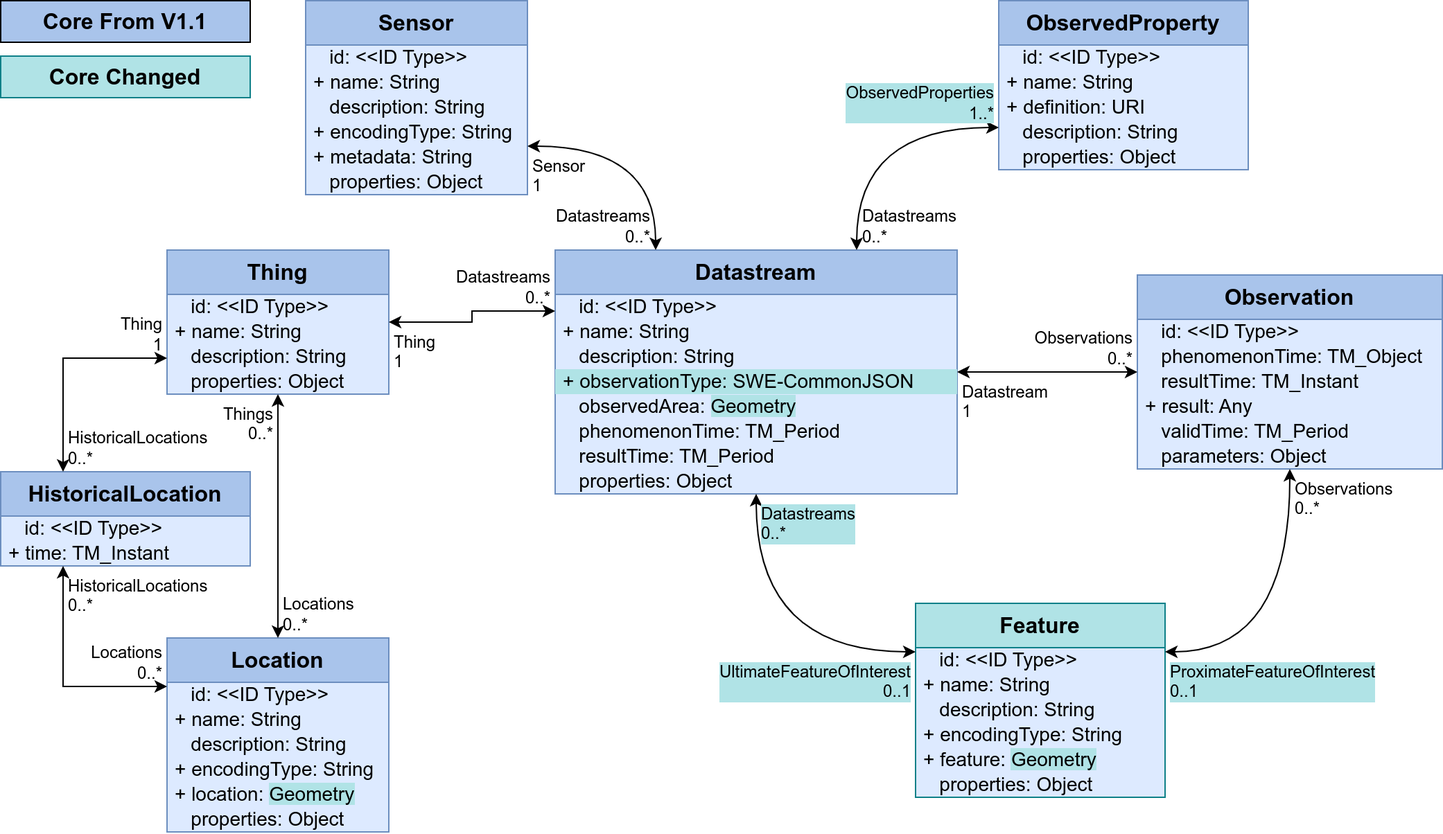
opengeospatial/sensorthings keeps this draw.io diagram as figures/Datamodel-SensorThingsApi-V2-proposal-1-minimal.drawio.png. Above is the earlier version. Source tidied: cells renumbered, new cells last; positions are measured from the earlier drawing's top-left corner, leaving out a move shared by most shapes.
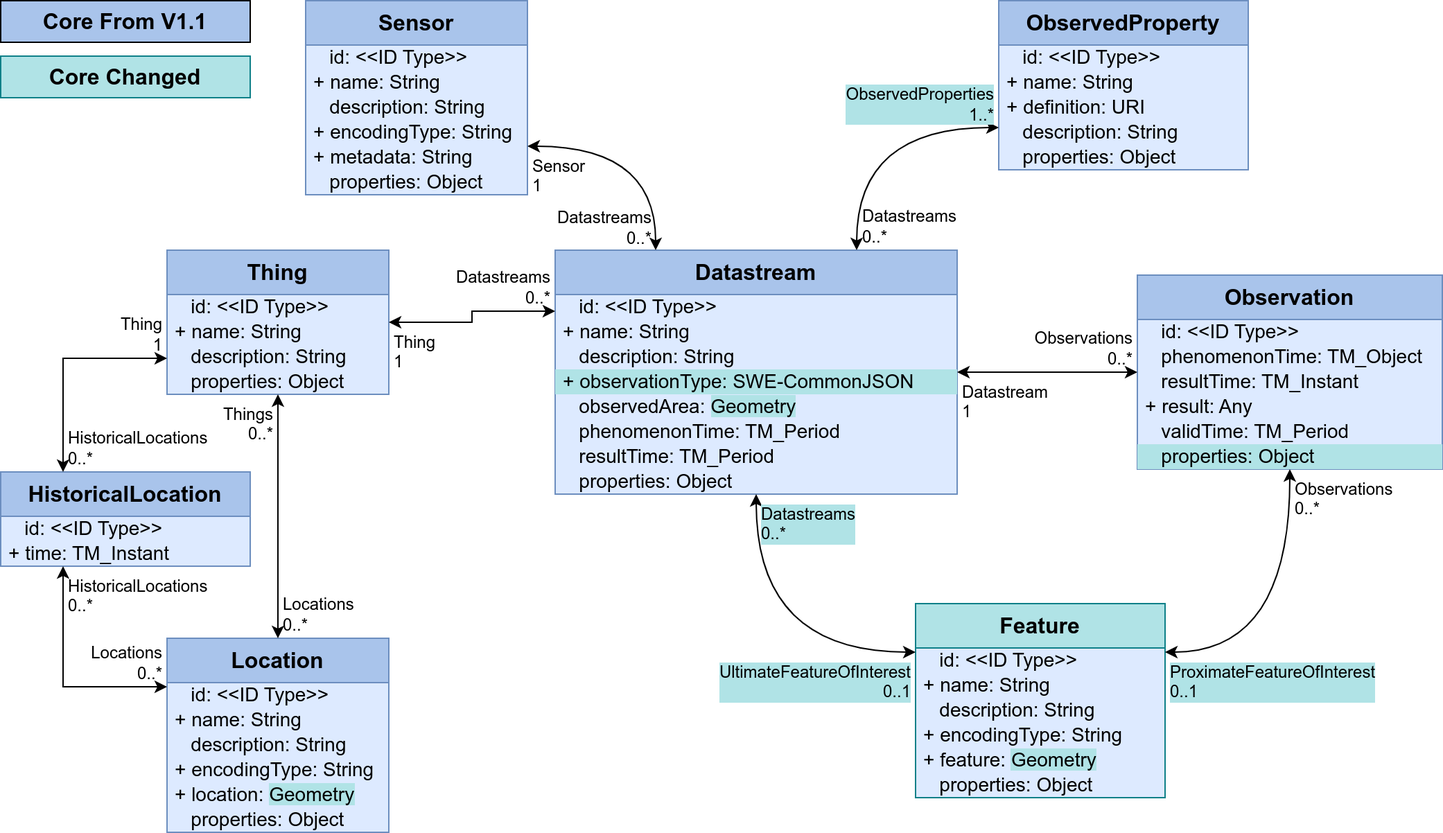
After the change.

Commit message:
Renamed Observation/parameters to properties

Diff of the diagram source:
```diff
@@ -116,7 +116,7 @@
     <mxCell id="39" value="&amp;nbsp;&amp;nbsp;&amp;nbsp;validTime:&amp;nbsp;TM_Period" style="text;strokeColor=none;fillColor=none;align=left;verticalAlign=middle;spacingLeft=4;spacingRight=4;overflow=visible;html=1;fontSize=14;" parent="34" vertex="1">
       <mxGeometry y="104" width="220" height="18" as="geometry" />
     </mxCell>
-    <mxCell id="40" value="&amp;nbsp;&amp;nbsp;&amp;nbsp;parameters: Object" style="text;strokeColor=none;fillColor=none;align=left;verticalAlign=middle;spacingLeft=4;spacingRight=4;overflow=visible;html=1;fontSize=14;" parent="34" vertex="1">
+    <mxCell id="40" value="&amp;nbsp;&amp;nbsp;&amp;nbsp;properties: Object" style="text;strokeColor=none;fillColor=#b0e3e6;align=left;verticalAlign=middle;spacingLeft=4;spacingRight=4;overflow=visible;html=1;fontSize=14;" parent="34" vertex="1">
       <mxGeometry y="122" width="220" height="18" as="geometry" />
     </mxCell>
     <mxCell id="41" style="endArrow=classic;startArrow=classic;html=1;rounded=0;exitX=0;exitY=0.5;exitDx=0;exitDy=0;entryX=1;entryY=0.5;entryDx=0;entryDy=0;edgeStyle=orthogonalEdgeStyle;" parent="1" edge="1" source="34" target="2">
```
